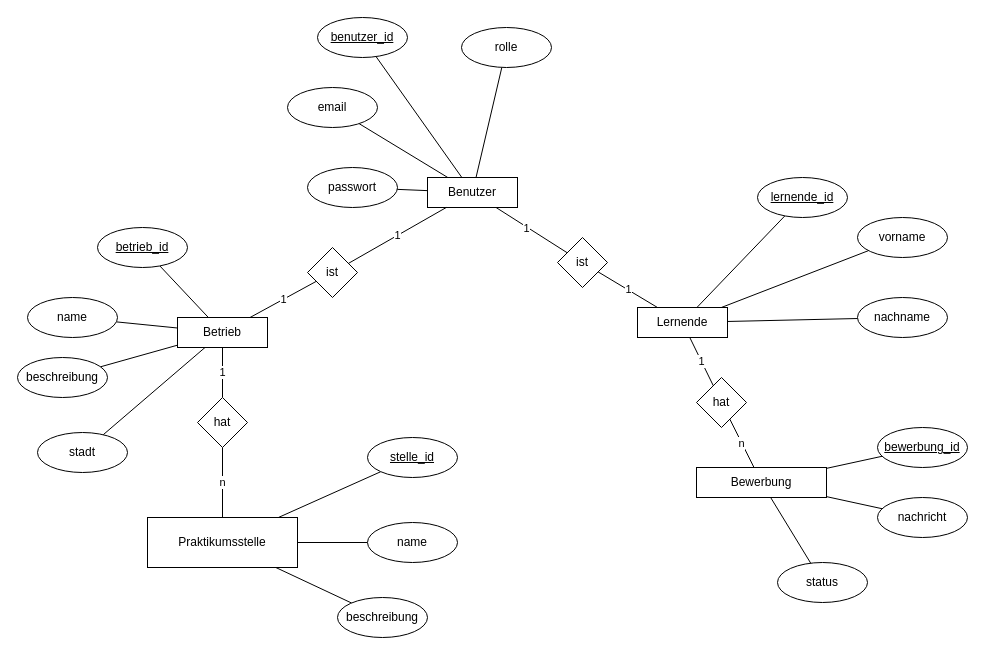
The draw.io diagram docs/ER-diagram.drawio in binhpham199x/praktikumsboerse, before the edit. Source tidied: cells renumbered, new cells numbered last; positions are measured from the earlier drawing's top-left corner, leaving out a move shared by most shapes. Both pictures are drawn from the tidied source at 100%, with x=0, y=0 at pixel (17, 17).
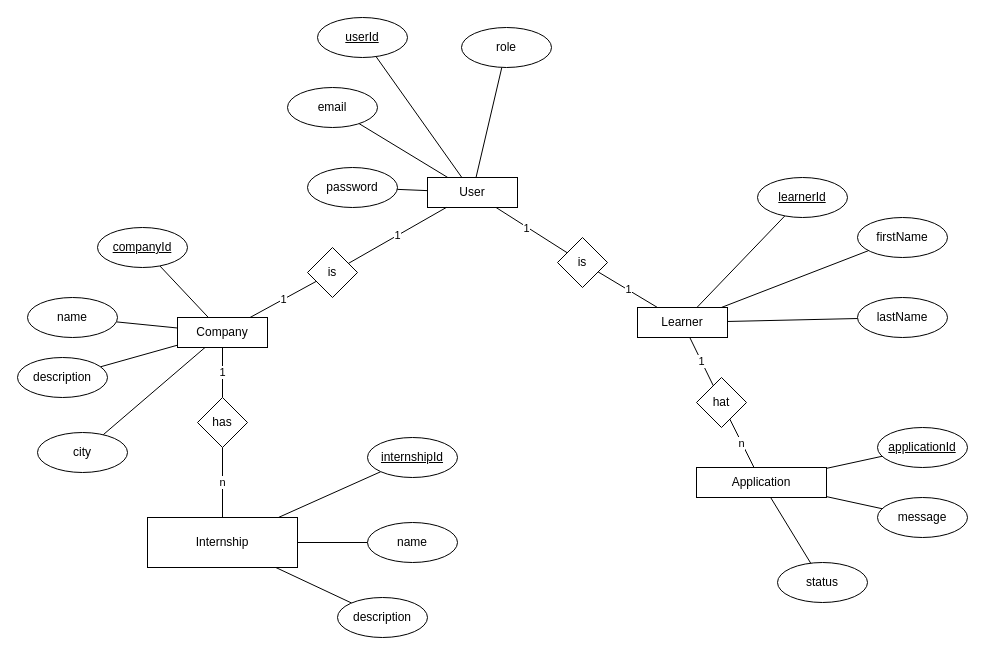
The same diagram, later.

Commit message (it also covers changes not shown here):
docs: translate to english

Change to the diagram source:
```diff
@@
-    <mxCell id="8" value="Benutzer" style="rounded=0;whiteSpace=wrap;html=1;" parent="1" vertex="1">
+    <mxCell id="8" value="User" style="rounded=0;whiteSpace=wrap;html=1;" parent="1" vertex="1">
       <mxGeometry x="410" y="160" width="90" height="30" as="geometry" />
     </mxCell>
-    <mxCell id="9" value="passwort" style="ellipse;whiteSpace=wrap;html=1;" parent="1" vertex="1">
+    <mxCell id="9" value="password" style="ellipse;whiteSpace=wrap;html=1;" parent="1" vertex="1">
       <mxGeometry x="290" y="150" width="90" height="40" as="geometry" />
     </mxCell>
@@
-    <mxCell id="11" value="benutzer_id" style="ellipse;whiteSpace=wrap;html=1;fontStyle=4;" parent="1" vertex="1">
+    <mxCell id="11" value="userId" style="ellipse;whiteSpace=wrap;html=1;fontStyle=4;" parent="1" vertex="1">
       <mxGeometry x="300" width="90" height="40" as="geometry" />
     </mxCell>
@@
-    <mxCell id="19" value="Betrieb" style="rounded=0;whiteSpace=wrap;html=1;" parent="1" vertex="1">
+    <mxCell id="19" value="Company" style="rounded=0;whiteSpace=wrap;html=1;" parent="1" vertex="1">
       <mxGeometry x="160" y="300" width="90" height="30" as="geometry" />
     </mxCell>
-    <mxCell id="20" value="beschreibung" style="ellipse;whiteSpace=wrap;html=1;" parent="1" vertex="1">
+    <mxCell id="20" value="description" style="ellipse;whiteSpace=wrap;html=1;" parent="1" vertex="1">
       <mxGeometry y="340" width="90" height="40" as="geometry" />
     </mxCell>
@@
-    <mxCell id="22" value="betrieb_id" style="ellipse;whiteSpace=wrap;html=1;fontStyle=4;" parent="1" vertex="1">
+    <mxCell id="22" value="companyId" style="ellipse;whiteSpace=wrap;html=1;fontStyle=4;" parent="1" vertex="1">
       <mxGeometry x="80" y="210" width="90" height="40" as="geometry" />
     </mxCell>
@@
-    <mxCell id="27" value="Lernende" style="rounded=0;whiteSpace=wrap;html=1;" parent="1" vertex="1">
+    <mxCell id="27" value="Learner" style="rounded=0;whiteSpace=wrap;html=1;" parent="1" vertex="1">
       <mxGeometry x="620" y="290" width="90" height="30" as="geometry" />
     </mxCell>
-    <mxCell id="28" value="nachname" style="ellipse;whiteSpace=wrap;html=1;" parent="1" vertex="1">
+    <mxCell id="28" value="lastName" style="ellipse;whiteSpace=wrap;html=1;" parent="1" vertex="1">
       <mxGeometry x="840" y="280" width="90" height="40" as="geometry" />
     </mxCell>
-    <mxCell id="29" value="lernende_id" style="ellipse;whiteSpace=wrap;html=1;fontStyle=4;" parent="1" vertex="1">
+    <mxCell id="29" value="learnerId" style="ellipse;whiteSpace=wrap;html=1;fontStyle=4;" parent="1" vertex="1">
       <mxGeometry x="740" y="160" width="90" height="40" as="geometry" />
     </mxCell>
-    <mxCell id="30" value="vorname" style="ellipse;whiteSpace=wrap;html=1;" parent="1" vertex="1">
+    <mxCell id="30" value="firstName" style="ellipse;whiteSpace=wrap;html=1;" parent="1" vertex="1">
       <mxGeometry x="840" y="200" width="90" height="40" as="geometry" />
     </mxCell>
-    <mxCell id="31" value="stadt" style="ellipse;whiteSpace=wrap;html=1;" parent="1" vertex="1">
+    <mxCell id="31" value="city" style="ellipse;whiteSpace=wrap;html=1;" parent="1" vertex="1">
       <mxGeometry x="20" y="415" width="90" height="40" as="geometry" />
     </mxCell>
@@
-    <mxCell id="33" value="ist" style="rhombus;whiteSpace=wrap;html=1;" parent="1" vertex="1">
+    <mxCell id="33" value="is" style="rhombus;whiteSpace=wrap;html=1;" parent="1" vertex="1">
       <mxGeometry x="540" y="220" width="50" height="50" as="geometry" />
     </mxCell>
@@
-    <mxCell id="35" value="ist" style="rhombus;whiteSpace=wrap;html=1;" parent="1" vertex="1">
+    <mxCell id="35" value="is" style="rhombus;whiteSpace=wrap;html=1;" parent="1" vertex="1">
       <mxGeometry x="290" y="230" width="50" height="50" as="geometry" />
     </mxCell>
@@
-    <mxCell id="39" value="Praktikumsstelle" style="rounded=0;whiteSpace=wrap;html=1;" parent="1" vertex="1">
+    <mxCell id="39" value="Internship" style="rounded=0;whiteSpace=wrap;html=1;" parent="1" vertex="1">
       <mxGeometry x="130" y="500" width="150" height="50" as="geometry" />
     </mxCell>
@@
-    <mxCell id="41" value="hat" style="rhombus;whiteSpace=wrap;html=1;" parent="1" vertex="1">
+    <mxCell id="41" value="has" style="rhombus;whiteSpace=wrap;html=1;" parent="1" vertex="1">
       <mxGeometry x="180" y="380" width="50" height="50" as="geometry" />
     </mxCell>
@@
-    <mxCell id="46" value="Bewerbung" style="rounded=0;whiteSpace=wrap;html=1;" parent="1" vertex="1">
+    <mxCell id="46" value="Application" style="rounded=0;whiteSpace=wrap;html=1;" parent="1" vertex="1">
       <mxGeometry x="679" y="450" width="130" height="30" as="geometry" />
     </mxCell>
-    <mxCell id="47" value="bewerbung_id" style="ellipse;whiteSpace=wrap;html=1;fontStyle=4;" parent="1" vertex="1">
+    <mxCell id="47" value="applicationId" style="ellipse;whiteSpace=wrap;html=1;fontStyle=4;" parent="1" vertex="1">
       <mxGeometry x="860" y="410" width="90" height="40" as="geometry" />
     </mxCell>
-    <mxCell id="48" value="nachricht" style="ellipse;whiteSpace=wrap;html=1;" parent="1" vertex="1">
+    <mxCell id="48" value="message" style="ellipse;whiteSpace=wrap;html=1;" parent="1" vertex="1">
       <mxGeometry x="860" y="480" width="90" height="40" as="geometry" />
     </mxCell>
@@
-    <mxCell id="50" value="stelle_id" style="ellipse;whiteSpace=wrap;html=1;fontStyle=4;" parent="1" vertex="1">
+    <mxCell id="50" value="internshipId" style="ellipse;whiteSpace=wrap;html=1;fontStyle=4;" parent="1" vertex="1">
       <mxGeometry x="350" y="420" width="90" height="40" as="geometry" />
     </mxCell>
-    <mxCell id="51" value="beschreibung" style="ellipse;whiteSpace=wrap;html=1;" parent="1" vertex="1">
+    <mxCell id="51" value="description" style="ellipse;whiteSpace=wrap;html=1;" parent="1" vertex="1">
       <mxGeometry x="320" y="580" width="90" height="40" as="geometry" />
     </mxCell>
-    <mxCell id="52" value="rolle" style="ellipse;whiteSpace=wrap;html=1;" parent="1" vertex="1">
+    <mxCell id="52" value="role" style="ellipse;whiteSpace=wrap;html=1;" parent="1" vertex="1">
       <mxGeometry x="444" y="10" width="90" height="40" as="geometry" />
     </mxCell>
```
